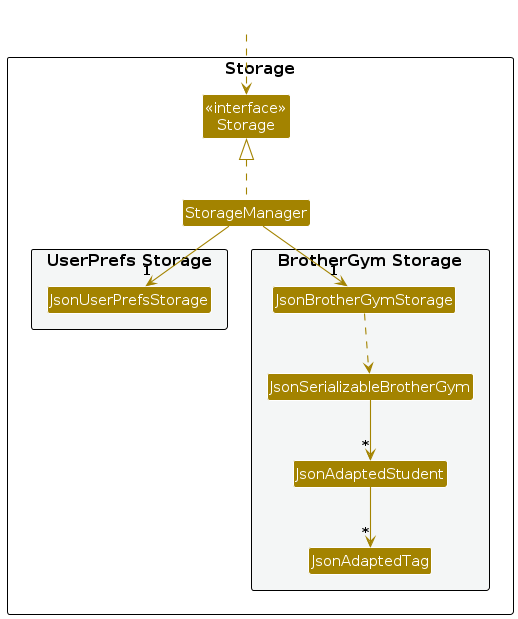
This is diagrams/StorageClassDiagram.png from AY2627S1-CS2103T-T11-4/tp, a PlantUML export, as it was before one commit. Its source is kept beside it as diagrams/StorageClassDiagram.puml.
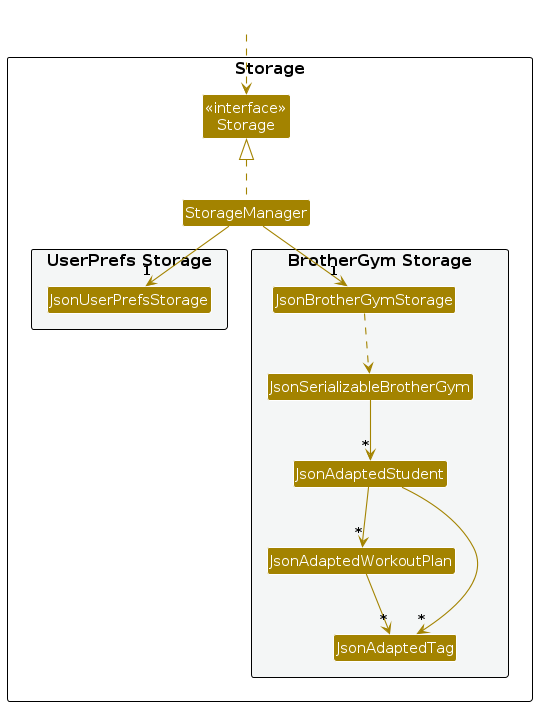
Later version of the same file.

What changed in the source:
```diff
@@ -17,6 +17,7 @@
 Class JsonBrotherGymStorage
 Class JsonSerializableBrotherGym
 Class JsonAdaptedStudent
+Class JsonAdaptedWorkoutPlan
 Class JsonAdaptedTag
 }
 
@@ -32,5 +33,7 @@
 JsonBrotherGymStorage ..> JsonSerializableBrotherGym
 JsonSerializableBrotherGym --> "*" JsonAdaptedStudent
 JsonAdaptedStudent --> "*" JsonAdaptedTag
+JsonAdaptedStudent --> "*" JsonAdaptedWorkoutPlan
+JsonAdaptedWorkoutPlan --> "*" JsonAdaptedTag
 
 @enduml
```
